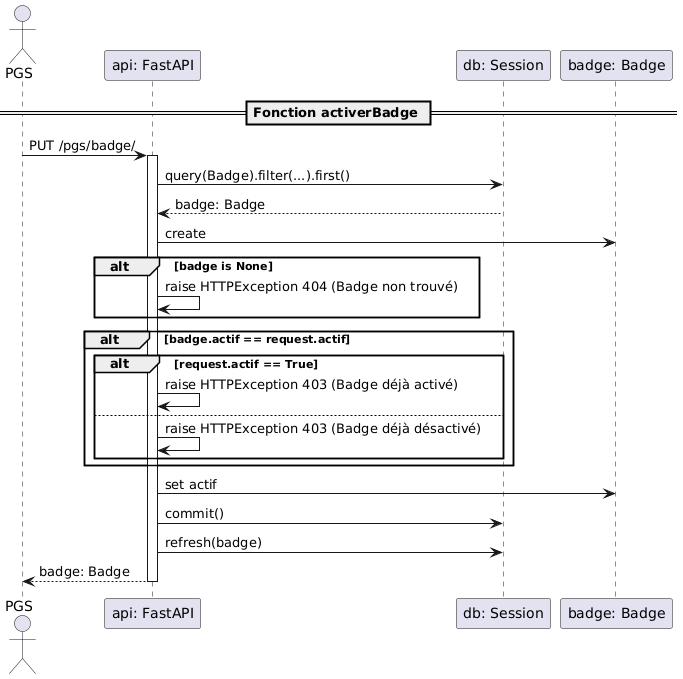
RobinMartineau/Acc-s-campus- keeps this PlantUML diagram as BDD/Diagrammes/Séquence/PGS/activerBadge.png. Above is the earlier version. The source it was exported from:
```plantuml
@startuml
actor "PGS"
participant "api: FastAPI"
participant "db: Session"
participant "badge: Badge"

== Fonction activerBadge ==
"PGS" -> "api: FastAPI" : PUT /pgs/badge/
activate "api: FastAPI"
"api: FastAPI" -> "db: Session" : query(Badge).filter(...).first()
"db: Session" --> "api: FastAPI" : badge: Badge
"api: FastAPI" -> "badge: Badge" : create
alt badge is None
    "api: FastAPI" -> "api: FastAPI" : raise HTTPException 404 (Badge non trouvé)
end

alt badge.actif == request.actif
    alt request.actif == True
        "api: FastAPI" -> "api: FastAPI" : raise HTTPException 403 (Badge déjà activé)
    else
        "api: FastAPI" -> "api: FastAPI" : raise HTTPException 403 (Badge déjà désactivé)
    end
end

"api: FastAPI" -> "badge: Badge" : set actif
"api: FastAPI" -> "db: Session" : commit()
"api: FastAPI" -> "db: Session" : refresh(badge)
return badge: Badge
deactivate "api: FastAPI"
@enduml
```
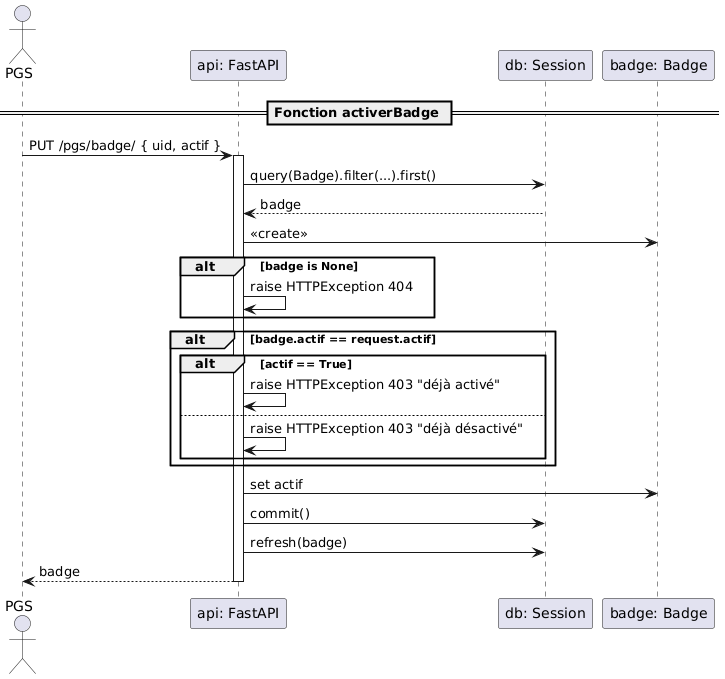
The same diagram one commit later.

Change to the diagram source:
```diff
@@ -1,30 +1,33 @@
 @startuml
-actor "PGS"
+actor PGS
 participant "api: FastAPI"
 participant "db: Session"
 participant "badge: Badge"
 
 == Fonction activerBadge ==
-"PGS" -> "api: FastAPI" : PUT /pgs/badge/
+PGS -> "api: FastAPI" : PUT /pgs/badge/ { uid, actif }
 activate "api: FastAPI"
+
 "api: FastAPI" -> "db: Session" : query(Badge).filter(...).first()
-"db: Session" --> "api: FastAPI" : badge: Badge
-"api: FastAPI" -> "badge: Badge" : create
+"db: Session" --> "api: FastAPI" : badge
+"api: FastAPI" -> "badge: Badge" : <<create>>
+
 alt badge is None
-    "api: FastAPI" -> "api: FastAPI" : raise HTTPException 404 (Badge non trouvé)
+    "api: FastAPI" -> "api: FastAPI" : raise HTTPException 404
 end
 
 alt badge.actif == request.actif
-    alt request.actif == True
-        "api: FastAPI" -> "api: FastAPI" : raise HTTPException 403 (Badge déjà activé)
+    alt actif == True
+        "api: FastAPI" -> "api: FastAPI" : raise HTTPException 403 "déjà activé"
     else
-        "api: FastAPI" -> "api: FastAPI" : raise HTTPException 403 (Badge déjà désactivé)
+        "api: FastAPI" -> "api: FastAPI" : raise HTTPException 403 "déjà désactivé"
     end
 end
 
 "api: FastAPI" -> "badge: Badge" : set actif
 "api: FastAPI" -> "db: Session" : commit()
 "api: FastAPI" -> "db: Session" : refresh(badge)
-return badge: Badge
+
+"api: FastAPI" --> PGS : badge
 deactivate "api: FastAPI"
 @enduml
```
